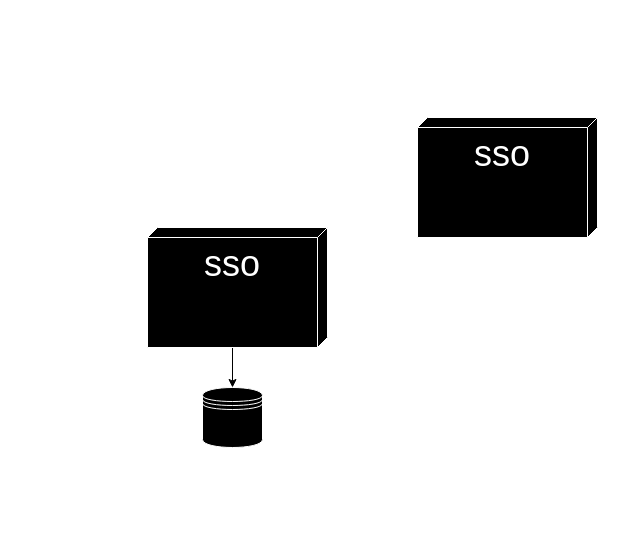
Trandx/nucle-x_diagram keeps this draw.io diagram as infrastructure.drawio. Above is the earlier version. Source tidied: cells renumbered, new cells numbered last; positions are measured from the earlier drawing's top-left corner, leaving out a move shared by most shapes. Both pictures are drawn from the tidied source at 100%, with x=0, y=0 at pixel (147, 117). Pictures stored in the file or linked from it are replaced by grey dashed boxes.
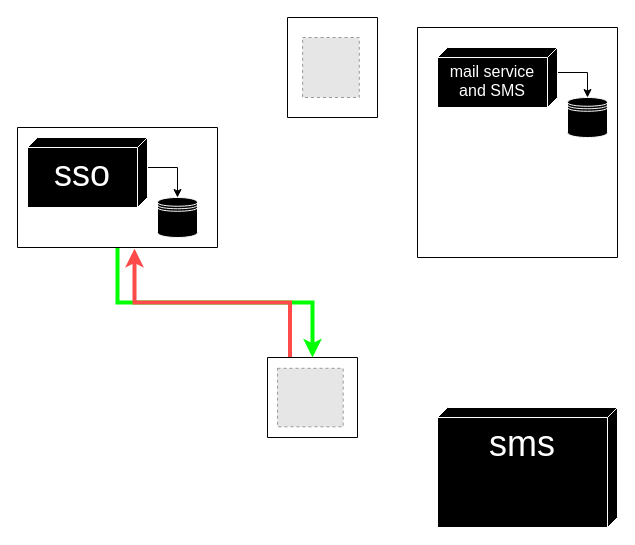
Above is the later version.

Commit message:
Mettre à jour infrastructure.drawio

The edit, as a diff of the source:
```diff
@@
 <mxGraphModel>
   <root>
     <mxCell id="0" />
     <mxCell id="1" parent="0" />
+    <mxCell id="6" value="&lt;font color=&quot;#ffffff&quot;&gt;&lt;span style=&quot;font-size: 36px;&quot;&gt;sms&lt;/span&gt;&lt;/font&gt;" style="verticalAlign=top;align=center;spacingTop=8;spacingLeft=2;spacingRight=12;shape=cube;size=10;direction=south;fontStyle=4;html=1;whiteSpace=wrap;fillColor=#000000;strokeColor=#FFFFFF;" parent="1" vertex="1">
+      <mxGeometry x="290" y="290" width="180" height="120" as="geometry" />
+    </mxCell>
+    <mxCell id="7" style="swimlane;startSize=0;" parent="1" vertex="1">
+      <mxGeometry x="270" y="-90" width="200" height="230" as="geometry" />
+    </mxCell>
+    <mxCell id="8" style="edgeStyle=orthogonalEdgeStyle;rounded=0;jettySize=auto;html=1;exitX=0;exitY=0;exitDx=25;exitDy=0;exitPerimeter=0;entryX=0.5;entryY=0;entryDx=0;entryDy=0;" parent="7" edge="1" source="5" target="9">
+      <mxGeometry relative="1" as="geometry" />
+    </mxCell>
+    <mxCell id="5" value="&lt;font style=&quot;font-size: 16px;&quot; color=&quot;#ffffff&quot;&gt;mail service and SMS&lt;/font&gt;" style="verticalAlign=top;align=center;spacingTop=8;spacingLeft=2;spacingRight=12;shape=cube;size=10;direction=south;fontStyle=4;html=1;whiteSpace=wrap;fillColor=#000000;strokeColor=#FFFFFF;" parent="7" vertex="1">
+      <mxGeometry x="20" y="20" width="120" height="60" as="geometry" />
+    </mxCell>
+    <mxCell id="9" style="shape=datastore;whiteSpace=wrap;html=1;strokeColor=#FFFFFF;fillColor=#000000;" parent="7" vertex="1">
+      <mxGeometry x="150" y="70" width="40" height="40" as="geometry" />
+    </mxCell>
+    <mxCell id="10" style="edgeStyle=orthogonalEdgeStyle;rounded=0;jettySize=auto;html=1;exitX=0.5;exitY=1;exitDx=0;exitDy=0;entryX=0.5;entryY=0;entryDx=0;entryDy=0;strokeWidth=4;strokeColor=#00FF00;" parent="1" edge="1" source="11" target="13">
+      <mxGeometry relative="1" as="geometry" />
+    </mxCell>
+    <mxCell id="11" style="swimlane;startSize=0;" parent="1" vertex="1">
+      <mxGeometry x="-130" y="10" width="200" height="120" as="geometry" />
+    </mxCell>
-    <mxCell id="2" style="edgeStyle=orthogonalEdgeStyle;rounded=0;jettySize=auto;html=1;exitX=0;exitY=0;exitDx=120;exitDy=95;exitPerimeter=0;entryX=0.5;entryY=0;entryDx=0;entryDy=0;" parent="1" edge="1" source="3" target="4">
+    <mxCell id="2" style="edgeStyle=orthogonalEdgeStyle;rounded=0;jettySize=auto;html=1;exitX=0;exitY=0;exitDx=30;exitDy=0;exitPerimeter=0;entryX=0.5;entryY=0;entryDx=0;entryDy=0;" parent="11" edge="1" source="3" target="4">
       <mxGeometry relative="1" as="geometry" />
     </mxCell>
-    <mxCell id="3" value="&lt;font style=&quot;font-size: 36px;&quot; color=&quot;#ffffff&quot;&gt;sso&lt;/font&gt;" style="verticalAlign=top;align=center;spacingTop=8;spacingLeft=2;spacingRight=12;shape=cube;size=10;direction=south;fontStyle=4;html=1;whiteSpace=wrap;fillColor=#000000;strokeColor=#FFFFFF;" parent="1" vertex="1">
-      <mxGeometry y="110" width="180" height="120" as="geometry" />
+    <mxCell id="3" value="&lt;font style=&quot;font-size: 36px;&quot; color=&quot;#ffffff&quot;&gt;sso&lt;/font&gt;" style="verticalAlign=top;align=center;spacingTop=8;spacingLeft=2;spacingRight=12;shape=cube;size=10;direction=south;fontStyle=4;html=1;whiteSpace=wrap;fillColor=#000000;strokeColor=#FFFFFF;" parent="11" vertex="1">
+      <mxGeometry x="10" y="10" width="120" height="70" as="geometry" />
     </mxCell>
-    <mxCell id="4" style="shape=datastore;whiteSpace=wrap;html=1;strokeColor=#FFFFFF;fillColor=#000000;" parent="1" vertex="1">
-      <mxGeometry x="55" y="270" width="60" height="60" as="geometry" />
+    <mxCell id="4" style="shape=datastore;whiteSpace=wrap;html=1;strokeColor=#FFFFFF;fillColor=#000000;" parent="11" vertex="1">
+      <mxGeometry x="140" y="70" width="40" height="40" as="geometry" />
     </mxCell>
-    <mxCell id="5" value="&lt;font style=&quot;font-size: 36px;&quot; color=&quot;#ffffff&quot;&gt;sso&lt;/font&gt;" style="verticalAlign=top;align=center;spacingTop=8;spacingLeft=2;spacingRight=12;shape=cube;size=10;direction=south;fontStyle=4;html=1;whiteSpace=wrap;fillColor=#000000;strokeColor=#FFFFFF;" parent="1" vertex="1">
-      <mxGeometry x="270" width="180" height="120" as="geometry" />
-    </mxCell>
+    <mxCell id="12" style="edgeStyle=orthogonalEdgeStyle;rounded=0;jettySize=auto;html=1;exitX=0.25;exitY=0;exitDx=0;exitDy=0;entryX=0.585;entryY=1.01;entryDx=0;entryDy=0;entryPerimeter=0;strokeWidth=4;strokeColor=#FF4A4A;" parent="1" edge="1" source="13" target="11">
+      <mxGeometry relative="1" as="geometry" />
+    </mxCell>
+    <mxCell id="13" style="swimlane;startSize=0;" parent="1" vertex="1">
+      <mxGeometry x="120" y="240" width="90" height="80" as="geometry" />
+    </mxCell>
+    <mxCell id="14" style="fillColor=#E6E6E6;strokeColor=#999999;dashed=1;verticalLabelPosition=bottom;labelBackgroundColor=default;verticalAlign=top;" parent="13" vertex="1">
+      <mxGeometry x="10" y="10.8" width="65.7" height="58.5" as="geometry" />
+    </mxCell>
+    <mxCell id="15" style="swimlane;startSize=0;" parent="1" vertex="1">
+      <mxGeometry x="140" y="-100" width="90" height="100" as="geometry" />
+    </mxCell>
+    <mxCell id="16" style="fillColor=#E6E6E6;strokeColor=#999999;dashed=1;verticalLabelPosition=bottom;labelBackgroundColor=default;verticalAlign=top;" parent="15" vertex="1">
+      <mxGeometry x="15.1" y="20" width="56.7" height="60" as="geometry" />
+    </mxCell>
   </root>
 </mxGraphModel>
```
